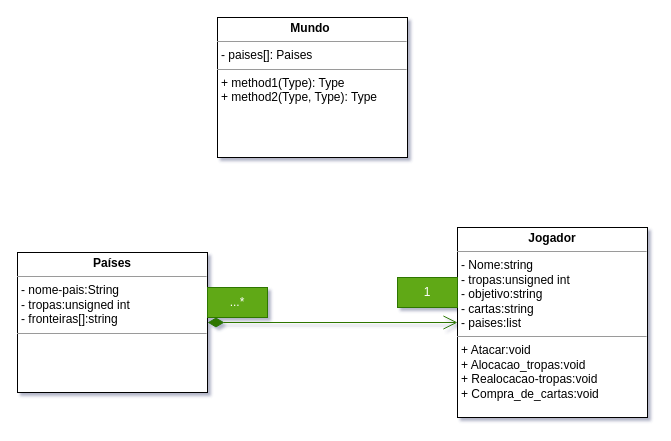
frankleitelemoscosta/War keeps this draw.io diagram as diagrama do projeto/Diagrama-do-Projeto.drawio. Above is the earlier version. Source tidied: cells renumbered, new cells numbered last; positions are measured from the earlier drawing's top-left corner, leaving out a move shared by most shapes. Both pictures are drawn from the tidied source at 100%, with x=0, y=0 at pixel (17, 17).
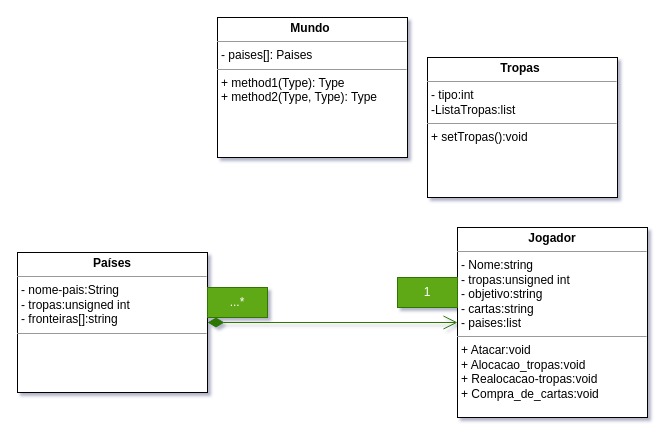
The same diagram, later.

Diff of the diagram source:
```diff
@@
 <mxGraphModel background="#ffffff" shadow="1">
   <root>
     <mxCell id="0" />
     <mxCell id="1" parent="0" />
     <mxCell id="2" value="&lt;p style=&quot;margin: 0px ; margin-top: 4px ; text-align: center&quot;&gt;&lt;b&gt;Países&lt;/b&gt;&lt;/p&gt;&lt;hr size=&quot;1&quot;&gt;&lt;p style=&quot;margin: 0px ; margin-left: 4px&quot;&gt;- nome-pais:String&lt;br&gt;- tropas:unsigned int&lt;/p&gt;&lt;p style=&quot;margin: 0px ; margin-left: 4px&quot;&gt;- fronteiras[]:string&lt;/p&gt;&lt;hr size=&quot;1&quot;&gt;&lt;p style=&quot;margin: 0px ; margin-left: 4px&quot;&gt;&lt;br&gt;&lt;/p&gt;" style="verticalAlign=top;align=left;overflow=fill;fontSize=12;fontFamily=Helvetica;html=1;" parent="1" vertex="1">
       <mxGeometry y="235" width="190" height="140" as="geometry" />
     </mxCell>
     <mxCell id="3" value="&lt;p style=&quot;margin: 0px ; margin-top: 4px ; text-align: center&quot;&gt;&lt;b&gt;Jogador&lt;/b&gt;&lt;/p&gt;&lt;hr size=&quot;1&quot;&gt;&lt;p style=&quot;margin: 0px ; margin-left: 4px&quot;&gt;- Nome:string&lt;/p&gt;&lt;p style=&quot;margin: 0px ; margin-left: 4px&quot;&gt;- tropas:unsigned int&lt;/p&gt;&lt;p style=&quot;margin: 0px ; margin-left: 4px&quot;&gt;- objetivo:string&lt;/p&gt;&lt;p style=&quot;margin: 0px ; margin-left: 4px&quot;&gt;- cartas:string&lt;/p&gt;&lt;p style=&quot;margin: 0px ; margin-left: 4px&quot;&gt;- paises:list&lt;/p&gt;&lt;hr size=&quot;1&quot;&gt;&lt;p style=&quot;margin: 0px ; margin-left: 4px&quot;&gt;+ Atacar:void&lt;br&gt;+ Alocacao_tropas:void&lt;/p&gt;&lt;p style=&quot;margin: 0px ; margin-left: 4px&quot;&gt;+ Realocacao-tropas:void&lt;/p&gt;&lt;p style=&quot;margin: 0px ; margin-left: 4px&quot;&gt;+ Compra_de_cartas:void&lt;/p&gt;" style="verticalAlign=top;align=left;overflow=fill;fontSize=12;fontFamily=Helvetica;html=1;" parent="1" vertex="1">
       <mxGeometry x="440" y="210" width="190" height="190" as="geometry" />
     </mxCell>
     <mxCell id="4" style="endArrow=open;html=1;endSize=12;startArrow=diamondThin;startSize=14;startFill=1;edgeStyle=orthogonalEdgeStyle;align=left;verticalAlign=bottom;exitX=1;exitY=0.5;exitDx=0;exitDy=0;entryX=0;entryY=0.5;entryDx=0;entryDy=0;fillColor=#60a917;strokeColor=#2D7600;" parent="1" edge="1" source="2" target="3">
       <mxGeometry x="-0.48" y="-150" relative="1" as="geometry">
         <mxPoint x="-95" y="140" as="offset" />
       </mxGeometry>
     </mxCell>
     <mxCell id="5" value="&lt;font color=&quot;#ffffff&quot;&gt;...*&lt;/font&gt;" style="text;html=1;align=center;verticalAlign=middle;whiteSpace=wrap;rounded=0;fillColor=#60a917;fontColor=#ffffff;strokeColor=#2D7600;" parent="1" vertex="1">
       <mxGeometry x="190" y="270" width="60" height="30" as="geometry" />
     </mxCell>
     <mxCell id="6" value="1" style="text;html=1;strokeColor=#2D7600;fillColor=#60a917;align=center;verticalAlign=middle;whiteSpace=wrap;rounded=0;fontColor=#ffffff;" parent="1" vertex="1">
       <mxGeometry x="380" y="260" width="60" height="30" as="geometry" />
     </mxCell>
     <mxCell id="7" value="&lt;p style=&quot;margin: 0px ; margin-top: 4px ; text-align: center&quot;&gt;&lt;/p&gt;&lt;b style=&quot;text-align: center&quot;&gt;&lt;span style=&quot;white-space: pre&quot;&gt;&#9;&lt;/span&gt;&lt;span style=&quot;white-space: pre&quot;&gt;&#9;&lt;/span&gt;&amp;nbsp; &amp;nbsp; &amp;nbsp; Mundo&lt;/b&gt;&lt;hr size=&quot;1&quot;&gt;&lt;p style=&quot;margin: 0px ; margin-left: 4px&quot;&gt;- paises[]: Paises&lt;/p&gt;&lt;hr size=&quot;1&quot;&gt;&lt;p style=&quot;margin: 0px ; margin-left: 4px&quot;&gt;+ method1(Type): Type&lt;br&gt;+ method2(Type, Type): Type&lt;/p&gt;" style="verticalAlign=top;align=left;overflow=fill;fontSize=12;fontFamily=Helvetica;html=1;" parent="1" vertex="1">
       <mxGeometry x="200" width="190" height="140" as="geometry" />
     </mxCell>
+    <mxCell id="8" value="&lt;p style=&quot;margin: 0px ; margin-top: 4px ; text-align: center&quot;&gt;&lt;/p&gt;&lt;b style=&quot;text-align: center&quot;&gt;&lt;span style=&quot;white-space: pre&quot;&gt;&#9;&lt;/span&gt;&lt;span style=&quot;white-space: pre&quot;&gt;&#9;&lt;/span&gt;&amp;nbsp; &amp;nbsp; &amp;nbsp; Tropas&lt;/b&gt;&lt;hr size=&quot;1&quot;&gt;&lt;p style=&quot;margin: 0px ; margin-left: 4px&quot;&gt;- tipo:int&lt;/p&gt;&lt;p style=&quot;margin: 0px ; margin-left: 4px&quot;&gt;-ListaTropas:list&lt;/p&gt;&lt;hr size=&quot;1&quot;&gt;&lt;p style=&quot;margin: 0px ; margin-left: 4px&quot;&gt;+ setTropas():void&lt;br&gt;&lt;/p&gt;" style="verticalAlign=top;align=left;overflow=fill;fontSize=12;fontFamily=Helvetica;html=1;" parent="1" vertex="1">
+      <mxGeometry x="410" y="40" width="190" height="140" as="geometry" />
+    </mxCell>
   </root>
 </mxGraphModel>
```
